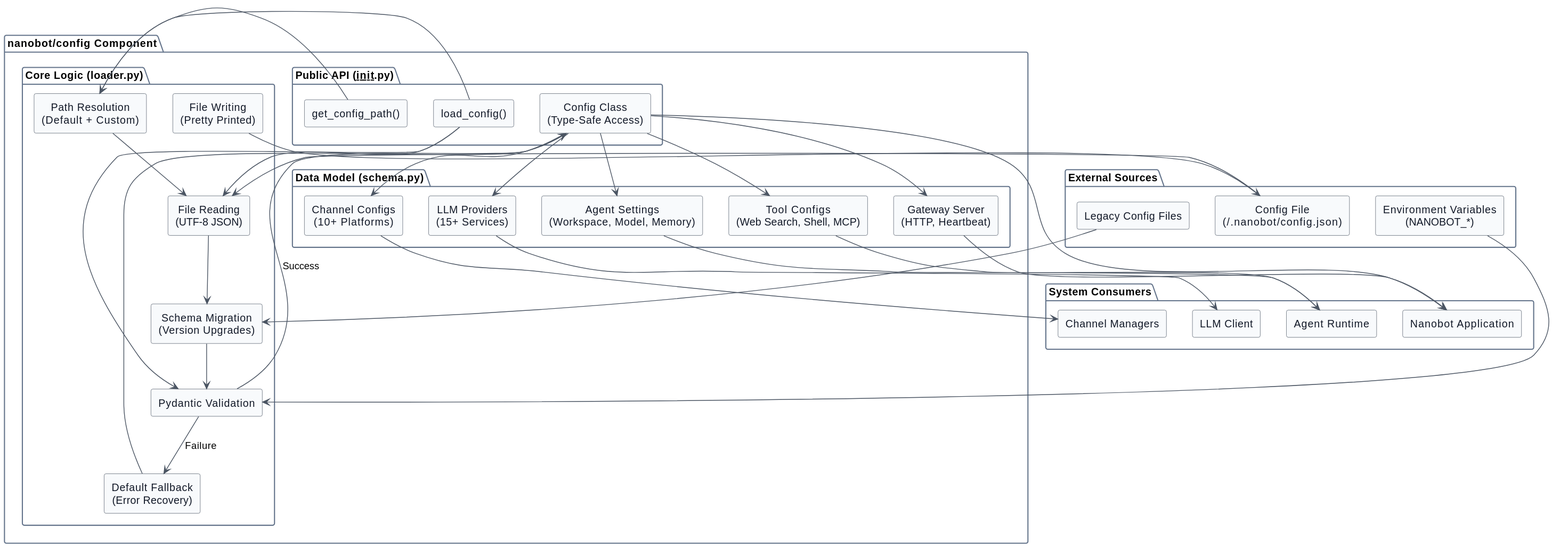
The PlantUML diagram examples/diagrams/019e9799c745d04d/diagram-10-3-component-architecture-diagram.svg in brunobrise/xfeat, before a commit.
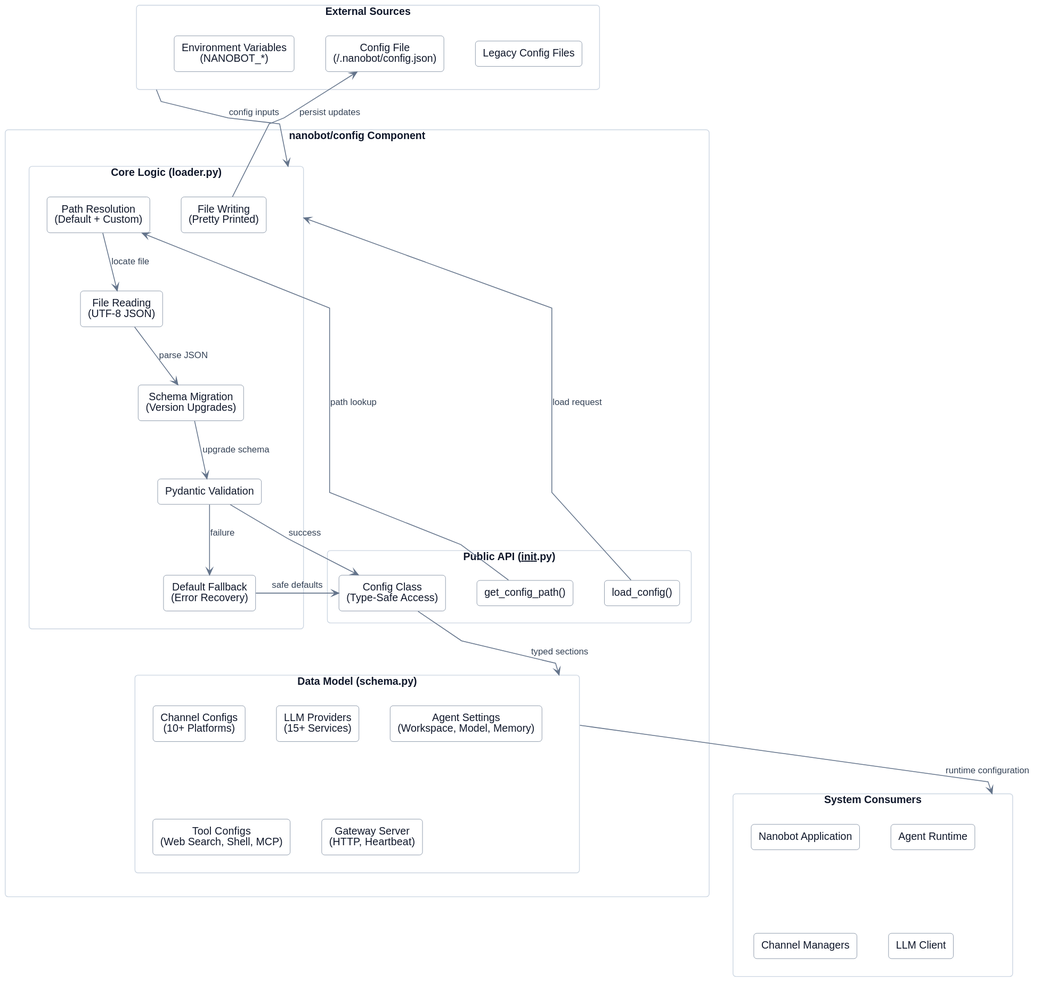
The same diagram one commit later.

Change to the diagram source:
```diff
@@ -1,15 +1,5 @@
 @startuml
-skinparam backgroundColor transparent
-skinparam shadowing false
-skinparam defaultTextAlignment center
-skinparam ArrowColor #4b5563
-skinparam PackageBorderColor #64748b
-skinparam PackageBackgroundColor transparent
-skinparam rectangle {
-  BorderColor #4b5563
-  FontColor #111827
-  BackgroundColor #f8fafc
-}
+!include professional-theme.iuml
 top to bottom direction
 package "External Sources" as External {
 rectangle "Environment Variables\n(NANOBOT_*)" as ENV
@@ -44,29 +34,16 @@
 rectangle "Channel Managers" as CHANNEL_MGR
 rectangle "LLM Client" as LLM_CLIENT
 }
-ENV --> VALIDATE
-FILE --> READ
-LEGACY --> MIGRATE
-READ --> MIGRATE
-MIGRATE --> VALIDATE
-VALIDATE --> CONFIG : Success
-VALIDATE --> FALLBACK : Failure
-FALLBACK --> CONFIG
-RESOLVE --> READ
-WRITE --> FILE
-CONFIG --> CHANNELS
-CONFIG --> LLMS
-CONFIG --> AGENT
-CONFIG --> TOOLS
-CONFIG --> GATEWAY
-LOAD --> RESOLVE
-LOAD --> READ
-LOAD --> VALIDATE
-GETPATH --> RESOLVE
-CONFIG --> APP
-CHANNELS --> CHANNEL_MGR
-LLMS --> LLM_CLIENT
-AGENT --> AGENT_RUNNER
-TOOLS --> AGENT_RUNNER
-GATEWAY --> APP
+External --> CoreLogic : config inputs
+LOAD --> CoreLogic : load request
+GETPATH --> RESOLVE : path lookup
+RESOLVE --> READ : locate file
+READ --> MIGRATE : parse JSON
+MIGRATE --> VALIDATE : upgrade schema
+VALIDATE --> CONFIG : success
+VALIDATE --> FALLBACK : failure
+FALLBACK --> CONFIG : safe defaults
+WRITE --> FILE : persist updates
+CONFIG --> DataModel : typed sections
+DataModel --> Consumers : runtime configuration
 @enduml
```
